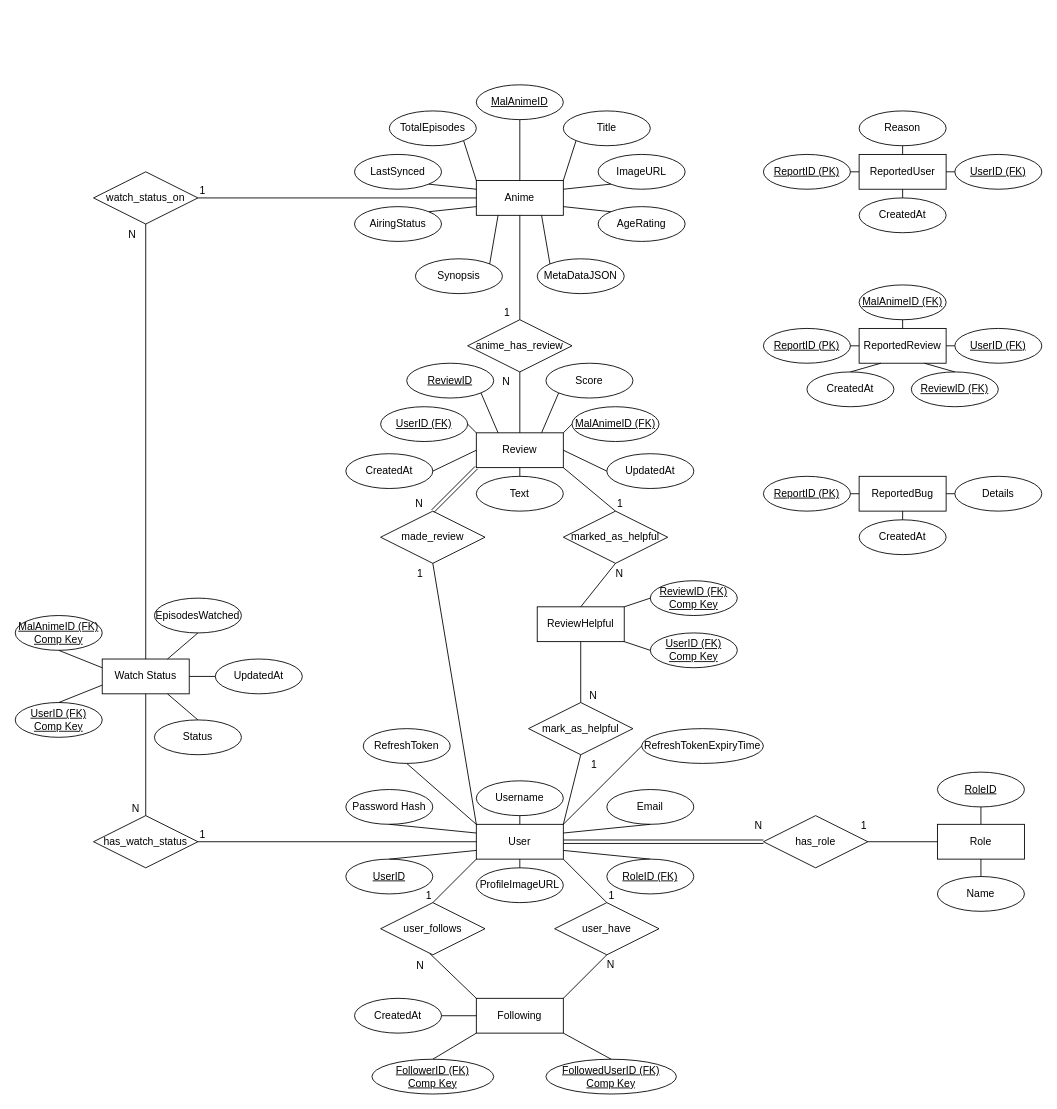
This is ER-diagram.drawio from C4ndyFl4mes/my-anime-review-api, a draw.io file, before an edit. Source tidied: cells renumbered, new cells numbered last; positions are measured from the earlier drawing's top-left corner, leaving out a move shared by most shapes. Both pictures are drawn from the tidied source at 87%, with x=0, y=0 at pixel (15, 84).
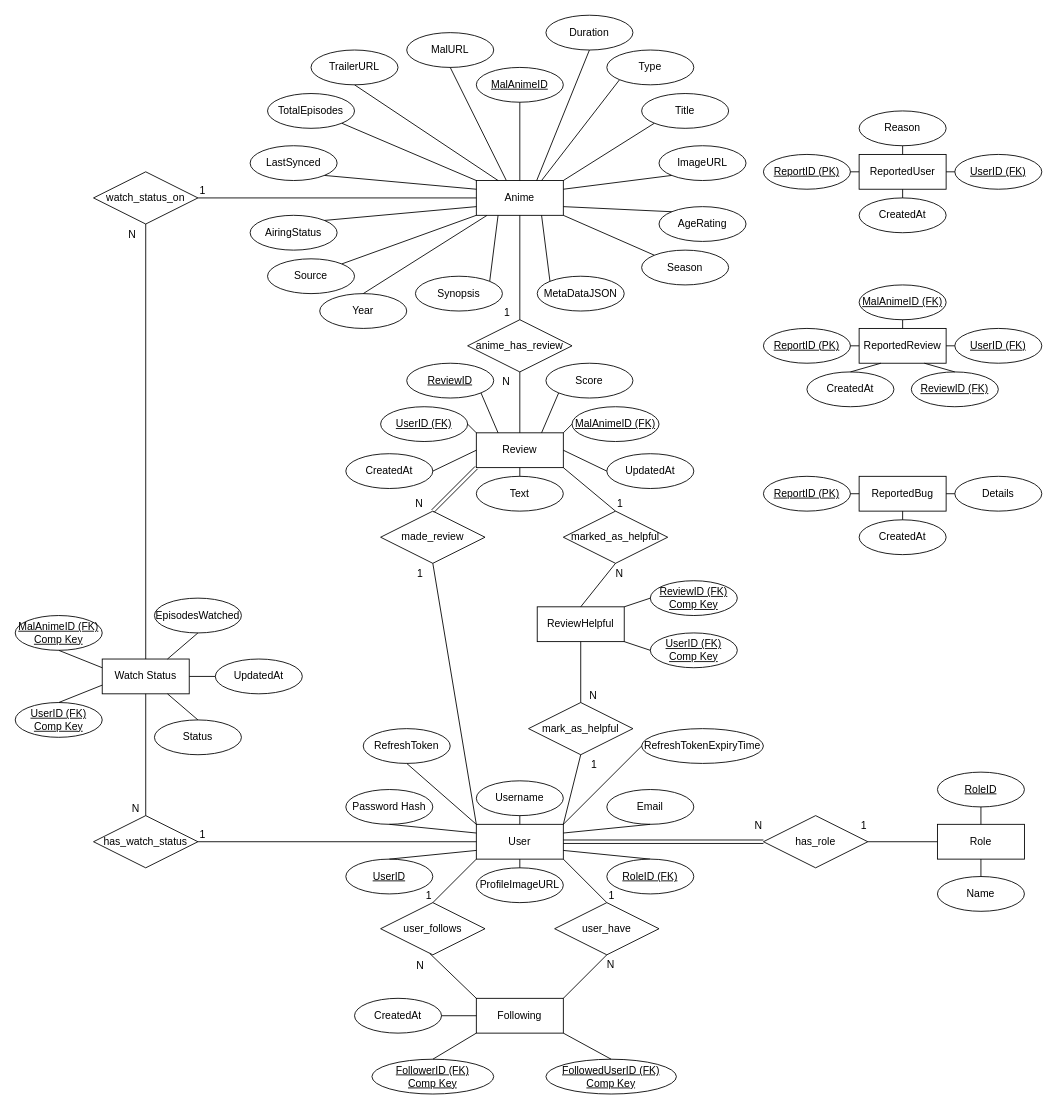
The same diagram, later.

Unchanged cells that the change refers to:
```xml
<mxCell id="4" value="Anime" style="whiteSpace=wrap;html=1;align=center;" parent="1" vertex="1">
  <mxGeometry x="530" y="110" width="100" height="40" as="geometry" />
</mxCell>
```

Diff of the diagram source:
```diff
@@
     <mxCell id="17" value="MalAnimeID" style="ellipse;whiteSpace=wrap;html=1;align=center;fontStyle=4;" parent="1" vertex="1">
-      <mxGeometry x="530" width="100" height="40" as="geometry" />
+      <mxGeometry x="530" y="-20" width="100" height="40" as="geometry" />
     </mxCell>
@@
     <mxCell id="102" value="Title" style="ellipse;whiteSpace=wrap;html=1;align=center;" parent="1" vertex="1">
-      <mxGeometry x="630" y="30" width="100" height="40" as="geometry" />
+      <mxGeometry x="720" y="10" width="100" height="40" as="geometry" />
     </mxCell>
     <mxCell id="103" value="ImageURL" style="ellipse;whiteSpace=wrap;html=1;align=center;" parent="1" vertex="1">
-      <mxGeometry x="670" y="80" width="100" height="40" as="geometry" />
+      <mxGeometry x="740" y="70" width="100" height="40" as="geometry" />
     </mxCell>
     <mxCell id="104" value="LastSynced" style="ellipse;whiteSpace=wrap;html=1;align=center;" parent="1" vertex="1">
-      <mxGeometry x="390" y="80" width="100" height="40" as="geometry" />
+      <mxGeometry x="270" y="70" width="100" height="40" as="geometry" />
     </mxCell>
     <mxCell id="105" value="TotalEpisodes" style="ellipse;whiteSpace=wrap;html=1;align=center;" parent="1" vertex="1">
-      <mxGeometry x="430" y="30" width="100" height="40" as="geometry" />
+      <mxGeometry x="290" y="10" width="100" height="40" as="geometry" />
     </mxCell>
     <mxCell id="106" value="AiringStatus" style="ellipse;whiteSpace=wrap;html=1;align=center;" parent="1" vertex="1">
-      <mxGeometry x="390" y="140" width="100" height="40" as="geometry" />
+      <mxGeometry x="270" y="150" width="100" height="40" as="geometry" />
     </mxCell>
     <mxCell id="107" value="Synopsis" style="ellipse;whiteSpace=wrap;html=1;align=center;" parent="1" vertex="1">
-      <mxGeometry x="460" y="200" width="100" height="40" as="geometry" />
+      <mxGeometry x="460" y="220" width="100" height="40" as="geometry" />
     </mxCell>
     <mxCell id="108" value="AgeRating" style="ellipse;whiteSpace=wrap;html=1;align=center;" parent="1" vertex="1">
-      <mxGeometry x="670" y="140" width="100" height="40" as="geometry" />
+      <mxGeometry x="740" y="140" width="100" height="40" as="geometry" />
     </mxCell>
     <mxCell id="109" value="MetaDataJSON" style="ellipse;whiteSpace=wrap;html=1;align=center;" parent="1" vertex="1">
-      <mxGeometry x="600" y="200" width="100" height="40" as="geometry" />
+      <mxGeometry x="600" y="220" width="100" height="40" as="geometry" />
     </mxCell>
@@
+    <mxCell id="153" value="TrailerURL" style="ellipse;whiteSpace=wrap;html=1;align=center;" parent="1" vertex="1">
+      <mxGeometry x="340" y="-40" width="100" height="40" as="geometry" />
+    </mxCell>
+    <mxCell id="154" value="Type" style="ellipse;whiteSpace=wrap;html=1;align=center;" parent="1" vertex="1">
+      <mxGeometry x="680" y="-40" width="100" height="40" as="geometry" />
+    </mxCell>
+    <mxCell id="155" value="Source" style="ellipse;whiteSpace=wrap;html=1;align=center;" parent="1" vertex="1">
+      <mxGeometry x="290" y="200" width="100" height="40" as="geometry" />
+    </mxCell>
+    <mxCell id="156" value="Season" style="ellipse;whiteSpace=wrap;html=1;align=center;" parent="1" vertex="1">
+      <mxGeometry x="720" y="190" width="100" height="40" as="geometry" />
+    </mxCell>
+    <mxCell id="157" value="Year" style="ellipse;whiteSpace=wrap;html=1;align=center;" parent="1" vertex="1">
+      <mxGeometry x="350" y="240" width="100" height="40" as="geometry" />
+    </mxCell>
+    <mxCell id="158" value="MalURL" style="ellipse;whiteSpace=wrap;html=1;align=center;" parent="1" vertex="1">
+      <mxGeometry x="450" y="-60" width="100" height="40" as="geometry" />
+    </mxCell>
+    <mxCell id="159" style="endArrow=none;html=1;rounded=0;exitX=0.5;exitY=1;exitDx=0;exitDy=0;entryX=0.25;entryY=0;entryDx=0;entryDy=0;" parent="1" edge="1" source="153" target="4">
+      <mxGeometry relative="1" as="geometry" />
+    </mxCell>
+    <mxCell id="160" style="endArrow=none;html=1;rounded=0;exitX=0.5;exitY=1;exitDx=0;exitDy=0;entryX=0.343;entryY=-0.011;entryDx=0;entryDy=0;entryPerimeter=0;" parent="1" edge="1" source="158" target="4">
+      <mxGeometry relative="1" as="geometry" />
+    </mxCell>
+    <mxCell id="161" style="endArrow=none;html=1;rounded=0;exitX=0.75;exitY=0;exitDx=0;exitDy=0;entryX=0;entryY=1;entryDx=0;entryDy=0;" parent="1" edge="1" source="4" target="154">
+      <mxGeometry relative="1" as="geometry" />
+    </mxCell>
+    <mxCell id="162" style="endArrow=none;html=1;rounded=0;exitX=1;exitY=0;exitDx=0;exitDy=0;entryX=0;entryY=1;entryDx=0;entryDy=0;" parent="1" edge="1" source="155" target="4">
+      <mxGeometry relative="1" as="geometry" />
+    </mxCell>
+    <mxCell id="163" style="endArrow=none;html=1;rounded=0;exitX=0.5;exitY=0;exitDx=0;exitDy=0;entryX=0.123;entryY=1.001;entryDx=0;entryDy=0;entryPerimeter=0;" parent="1" edge="1" source="157" target="4">
+      <mxGeometry relative="1" as="geometry" />
+    </mxCell>
+    <mxCell id="164" style="endArrow=none;html=1;rounded=0;exitX=1;exitY=1;exitDx=0;exitDy=0;entryX=0;entryY=0;entryDx=0;entryDy=0;" parent="1" edge="1" source="4" target="156">
+      <mxGeometry relative="1" as="geometry" />
+    </mxCell>
+    <mxCell id="165" value="Duration" style="ellipse;whiteSpace=wrap;html=1;align=center;" parent="1" vertex="1">
+      <mxGeometry x="610" y="-80" width="100" height="40" as="geometry" />
+    </mxCell>
+    <mxCell id="166" style="endArrow=none;html=1;rounded=0;exitX=0.5;exitY=1;exitDx=0;exitDy=0;entryX=0.694;entryY=0;entryDx=0;entryDy=0;entryPerimeter=0;" parent="1" edge="1" source="165" target="4">
+      <mxGeometry relative="1" as="geometry" />
+    </mxCell>
```
